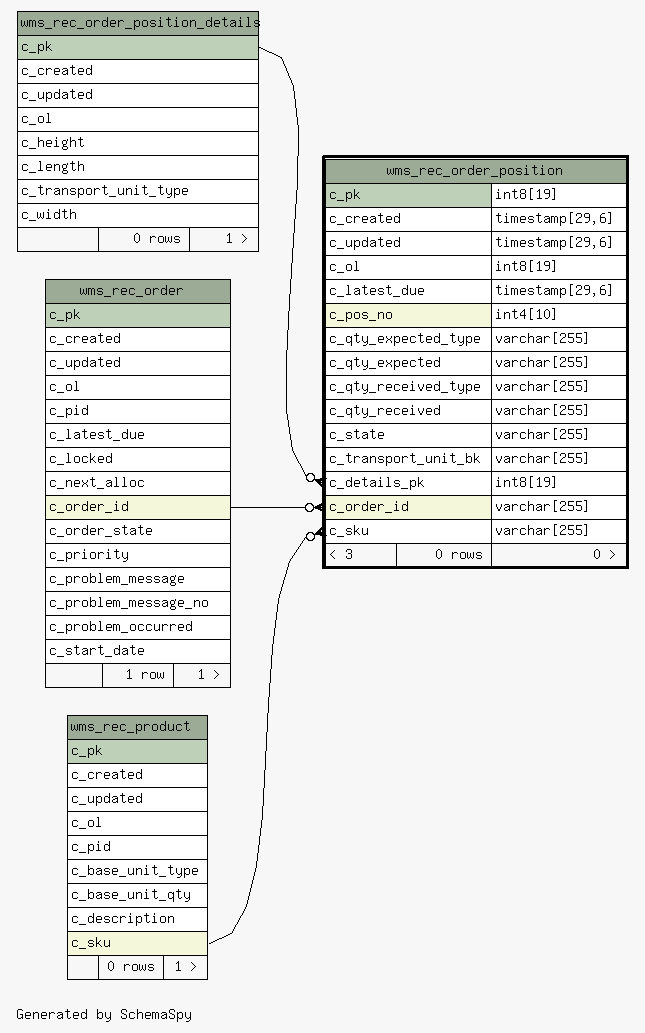
This is 1.0.0-SNAPSHOT/schemaspy/diagrams/wms_rec_order_position.1degree.png from openwms/org.openwms.wms.receiving.lib, a Graphviz export, as it was before one commit. Its source is kept beside it as 1.0.0-SNAPSHOT/schemaspy/diagrams/wms_rec_order_position.1degree.dot.
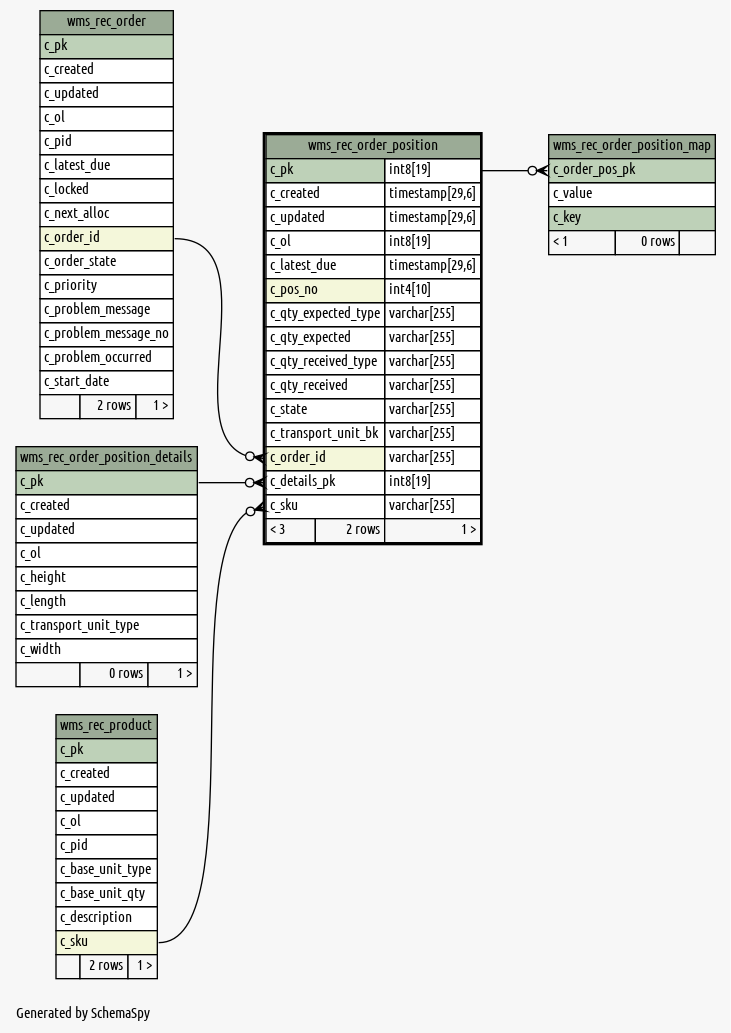
Above is the later version.

The edit, as a diff of the source:
```diff
@@ -20,6 +20,7 @@
   "wms_rec_order_position":"c_details_pk":w -> "wms_rec_order_position_details":"c_pk":e [arrowhead=none dir=back arrowtail=crowodot];
   "wms_rec_order_position":"c_order_id":w -> "wms_rec_order":"c_order_id":e [arrowhead=none dir=back arrowtail=crowodot];
   "wms_rec_order_position":"c_sku":w -> "wms_rec_product":"c_sku":e [arrowhead=none dir=back arrowtail=crowodot];
+  "wms_rec_order_position_map":"c_order_pos_pk":w -> "wms_rec_order_position":"c_pk.type":e [arrowhead=none dir=back arrowtail=crowodot];
   "wms_rec_order" [
     label=<
     <TABLE BORDER="0" CELLBORDER="1" CELLSPACING="0" BGCOLOR="#ffffff">
@@ -39,7 +40,7 @@
       <TR><TD PORT="c_problem_message_no" COLSPAN="3" ALIGN="LEFT">c_problem_message_no</TD></TR>
       <TR><TD PORT="c_problem_occurred" COLSPAN="3" ALIGN="LEFT">c_problem_occurred</TD></TR>
       <TR><TD PORT="c_start_date" COLSPAN="3" ALIGN="LEFT">c_start_date</TD></TR>
-      <TR><TD ALIGN="LEFT" BGCOLOR="#f7f7f7">  </TD><TD ALIGN="RIGHT" BGCOLOR="#f7f7f7">1 row</TD><TD ALIGN="RIGHT" BGCOLOR="#f7f7f7">1 &gt;</TD></TR>
+      <TR><TD ALIGN="LEFT" BGCOLOR="#f7f7f7">  </TD><TD ALIGN="RIGHT" BGCOLOR="#f7f7f7">2 rows</TD><TD ALIGN="RIGHT" BGCOLOR="#f7f7f7">1 &gt;</TD></TR>
     </TABLE>>
     URL="wms_rec_order.html"
     tooltip="wms_rec_order"
@@ -60,10 +61,10 @@
       <TR><TD PORT="c_qty_received" COLSPAN="2" ALIGN="LEFT">c_qty_received</TD><TD PORT="c_qty_received.type" ALIGN="LEFT">varchar[255]</TD></TR>
       <TR><TD PORT="c_state" COLSPAN="2" ALIGN="LEFT">c_state</TD><TD PORT="c_state.type" ALIGN="LEFT">varchar[255]</TD></TR>
       <TR><TD PORT="c_transport_unit_bk" COLSPAN="2" ALIGN="LEFT">c_transport_unit_bk</TD><TD PORT="c_transport_unit_bk.type" ALIGN="LEFT">varchar[255]</TD></TR>
+      <TR><TD PORT="c_order_id" COLSPAN="2" BGCOLOR="#f4f7da" ALIGN="LEFT">c_order_id</TD><TD PORT="c_order_id.type" ALIGN="LEFT">varchar[255]</TD></TR>
       <TR><TD PORT="c_details_pk" COLSPAN="2" ALIGN="LEFT">c_details_pk</TD><TD PORT="c_details_pk.type" ALIGN="LEFT">int8[19]</TD></TR>
-      <TR><TD PORT="c_order_id" COLSPAN="2" BGCOLOR="#f4f7da" ALIGN="LEFT">c_order_id</TD><TD PORT="c_order_id.type" ALIGN="LEFT">varchar[255]</TD></TR>
       <TR><TD PORT="c_sku" COLSPAN="2" ALIGN="LEFT">c_sku</TD><TD PORT="c_sku.type" ALIGN="LEFT">varchar[255]</TD></TR>
-      <TR><TD ALIGN="LEFT" BGCOLOR="#f7f7f7">&lt; 3</TD><TD ALIGN="RIGHT" BGCOLOR="#f7f7f7">0 rows</TD><TD ALIGN="RIGHT" BGCOLOR="#f7f7f7">0 &gt;</TD></TR>
+      <TR><TD ALIGN="LEFT" BGCOLOR="#f7f7f7">&lt; 3</TD><TD ALIGN="RIGHT" BGCOLOR="#f7f7f7">2 rows</TD><TD ALIGN="RIGHT" BGCOLOR="#f7f7f7">1 &gt;</TD></TR>
     </TABLE>>
     URL="wms_rec_order_position.html"
     tooltip="wms_rec_order_position"
@@ -85,6 +86,18 @@
     URL="wms_rec_order_position_details.html"
     tooltip="wms_rec_order_position_details"
   ];
+  "wms_rec_order_position_map" [
+    label=<
+    <TABLE BORDER="0" CELLBORDER="1" CELLSPACING="0" BGCOLOR="#ffffff">
+      <TR><TD COLSPAN="3" BGCOLOR="#9bab96" ALIGN="CENTER">wms_rec_order_position_map</TD></TR>
+      <TR><TD PORT="c_order_pos_pk" COLSPAN="3" BGCOLOR="#bed1b8" ALIGN="LEFT">c_order_pos_pk</TD></TR>
+      <TR><TD PORT="c_value" COLSPAN="3" ALIGN="LEFT">c_value</TD></TR>
+      <TR><TD PORT="c_key" COLSPAN="3" BGCOLOR="#bed1b8" ALIGN="LEFT">c_key</TD></TR>
+      <TR><TD ALIGN="LEFT" BGCOLOR="#f7f7f7">&lt; 1</TD><TD ALIGN="RIGHT" BGCOLOR="#f7f7f7">0 rows</TD><TD ALIGN="RIGHT" BGCOLOR="#f7f7f7">  </TD></TR>
+    </TABLE>>
+    URL="wms_rec_order_position_map.html"
+    tooltip="wms_rec_order_position_map"
+  ];
   "wms_rec_product" [
     label=<
     <TABLE BORDER="0" CELLBORDER="1" CELLSPACING="0" BGCOLOR="#ffffff">
@@ -98,7 +111,7 @@
       <TR><TD PORT="c_base_unit_qty" COLSPAN="3" ALIGN="LEFT">c_base_unit_qty</TD></TR>
       <TR><TD PORT="c_description" COLSPAN="3" ALIGN="LEFT">c_description</TD></TR>
       <TR><TD PORT="c_sku" COLSPAN="3" BGCOLOR="#f4f7da" ALIGN="LEFT">c_sku</TD></TR>
-      <TR><TD ALIGN="LEFT" BGCOLOR="#f7f7f7">  </TD><TD ALIGN="RIGHT" BGCOLOR="#f7f7f7">0 rows</TD><TD ALIGN="RIGHT" BGCOLOR="#f7f7f7">1 &gt;</TD></TR>
+      <TR><TD ALIGN="LEFT" BGCOLOR="#f7f7f7">  </TD><TD ALIGN="RIGHT" BGCOLOR="#f7f7f7">2 rows</TD><TD ALIGN="RIGHT" BGCOLOR="#f7f7f7">1 &gt;</TD></TR>
     </TABLE>>
     URL="wms_rec_product.html"
     tooltip="wms_rec_product"
```
